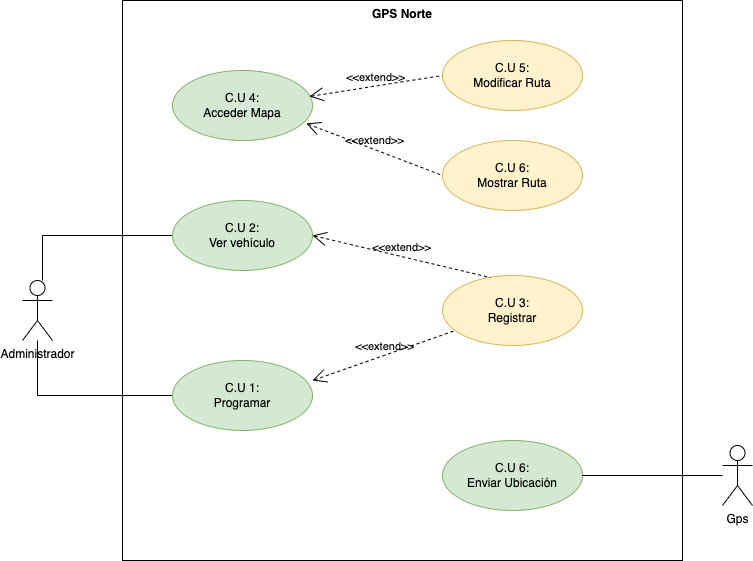
Before: diagramas-comportamiento/diagramas-cu/tareas/tarea4/img/gps-norte.drawio.png, a diagram exported from draw.io (jpexposito/ets). Source tidied: cells renumbered, new cells last; positions are measured from the earlier drawing's top-left corner, leaving out a move shared by most shapes. Source of this version:
```xml
<mxGraphModel>
  <root>
    <mxCell id="0" />
    <mxCell id="1" parent="0" />
    <mxCell id="2" style="edgeStyle=orthogonalEdgeStyle;rounded=0;jettySize=auto;html=1;entryX=0;entryY=0.5;entryDx=0;entryDy=0;endArrow=none;endFill=0;" parent="1" edge="1" source="4" target="5">
      <mxGeometry relative="1" as="geometry">
        <Array as="points">
          <mxPoint x="20" y="235" />
        </Array>
      </mxGeometry>
    </mxCell>
    <mxCell id="3" style="edgeStyle=orthogonalEdgeStyle;rounded=0;jettySize=auto;html=1;entryX=0;entryY=0.5;entryDx=0;entryDy=0;endArrow=none;endFill=0;" parent="1" edge="1" source="4" target="6">
      <mxGeometry relative="1" as="geometry">
        <Array as="points">
          <mxPoint x="15" y="395" />
        </Array>
      </mxGeometry>
    </mxCell>
    <mxCell id="4" value="Administrador" style="shape=umlActor;html=1;verticalLabelPosition=bottom;verticalAlign=top;align=center;" parent="1" vertex="1">
      <mxGeometry y="280" width="30" height="60" as="geometry" />
    </mxCell>
    <mxCell id="5" value="C.U 2:&lt;br&gt;Ver vehículo" style="ellipse;whiteSpace=wrap;html=1;fillColor=#d5e8d4;strokeColor=#82b366;" parent="1" vertex="1">
      <mxGeometry x="150" y="200" width="140" height="70" as="geometry" />
    </mxCell>
    <mxCell id="6" value="C.U 1:&lt;br&gt;Programar" style="ellipse;whiteSpace=wrap;html=1;fillColor=#d5e8d4;strokeColor=#82b366;" parent="1" vertex="1">
      <mxGeometry x="150" y="360" width="140" height="70" as="geometry" />
    </mxCell>
    <mxCell id="7" value="C.U 3:&lt;br&gt;Registrar" style="ellipse;whiteSpace=wrap;html=1;fillColor=#fff2cc;strokeColor=#d6b656;" parent="1" vertex="1">
      <mxGeometry x="420" y="275" width="140" height="70" as="geometry" />
    </mxCell>
    <mxCell id="8" value="&amp;lt;&amp;lt;extend&amp;gt;&amp;gt;" style="edgeStyle=none;html=1;startArrow=open;endArrow=none;startSize=12;verticalAlign=bottom;dashed=1;labelBackgroundColor=none;rounded=0;exitX=1;exitY=0.5;exitDx=0;exitDy=0;entryX=0.342;entryY=0.029;entryDx=0;entryDy=0;entryPerimeter=0;" parent="1" edge="1" source="5" target="7">
      <mxGeometry relative="1" as="geometry" />
    </mxCell>
    <mxCell id="9" value="&amp;lt;&amp;lt;extend&amp;gt;&amp;gt;" style="edgeStyle=none;html=1;startArrow=open;endArrow=none;startSize=12;verticalAlign=bottom;dashed=1;labelBackgroundColor=none;rounded=0;exitX=1;exitY=0.286;exitDx=0;exitDy=0;exitPerimeter=0;" parent="1" edge="1" source="6" target="7">
      <mxGeometry relative="1" as="geometry" />
    </mxCell>
    <mxCell id="10" value="C.U 4:&lt;br&gt;Acceder Mapa" style="ellipse;whiteSpace=wrap;html=1;fillColor=#d5e8d4;strokeColor=#82b366;" parent="1" vertex="1">
      <mxGeometry x="150" y="70" width="140" height="70" as="geometry" />
    </mxCell>
    <mxCell id="11" value="C.U 5:&lt;br&gt;Modificar Ruta" style="ellipse;whiteSpace=wrap;html=1;fillColor=#fff2cc;strokeColor=#d6b656;" parent="1" vertex="1">
      <mxGeometry x="420" y="40" width="140" height="70" as="geometry" />
    </mxCell>
    <mxCell id="12" value="C.U 6:&lt;br&gt;Mostrar Ruta" style="ellipse;whiteSpace=wrap;html=1;fillColor=#fff2cc;strokeColor=#d6b656;" parent="1" vertex="1">
      <mxGeometry x="420" y="140" width="140" height="70" as="geometry" />
    </mxCell>
    <mxCell id="13" value="&amp;lt;&amp;lt;extend&amp;gt;&amp;gt;" style="edgeStyle=none;html=1;startArrow=open;endArrow=none;startSize=12;verticalAlign=bottom;dashed=1;labelBackgroundColor=none;rounded=0;exitX=0.978;exitY=0.371;exitDx=0;exitDy=0;entryX=0;entryY=0.5;entryDx=0;entryDy=0;exitPerimeter=0;" parent="1" edge="1" source="10" target="11">
      <mxGeometry relative="1" as="geometry" />
    </mxCell>
    <mxCell id="14" value="&amp;lt;&amp;lt;extend&amp;gt;&amp;gt;" style="edgeStyle=none;html=1;startArrow=open;endArrow=none;startSize=12;verticalAlign=bottom;dashed=1;labelBackgroundColor=none;rounded=0;exitX=0.956;exitY=0.757;exitDx=0;exitDy=0;entryX=0;entryY=0.5;entryDx=0;entryDy=0;exitPerimeter=0;" parent="1" edge="1" source="10" target="12">
      <mxGeometry relative="1" as="geometry" />
    </mxCell>
    <mxCell id="15" value="C.U 6:&lt;br&gt;Enviar Ubicación" style="ellipse;whiteSpace=wrap;html=1;fillColor=#d5e8d4;strokeColor=#82b366;" parent="1" vertex="1">
      <mxGeometry x="420" y="440" width="140" height="70" as="geometry" />
    </mxCell>
    <mxCell id="16" style="edgeStyle=orthogonalEdgeStyle;rounded=0;jettySize=auto;html=1;endArrow=none;endFill=0;" parent="1" edge="1" source="17" target="15">
      <mxGeometry relative="1" as="geometry" />
    </mxCell>
    <mxCell id="17" value="Gps" style="shape=umlActor;html=1;verticalLabelPosition=bottom;verticalAlign=top;align=center;" parent="1" vertex="1">
      <mxGeometry x="700" y="445" width="30" height="60" as="geometry" />
    </mxCell>
    <mxCell id="18" value="GPS Norte" style="shape=rect;html=1;verticalAlign=top;fontStyle=1;whiteSpace=wrap;align=center;fillColor=none;" parent="1" vertex="1">
      <mxGeometry x="100" width="560" height="560" as="geometry" />
    </mxCell>
  </root>
</mxGraphModel>
```
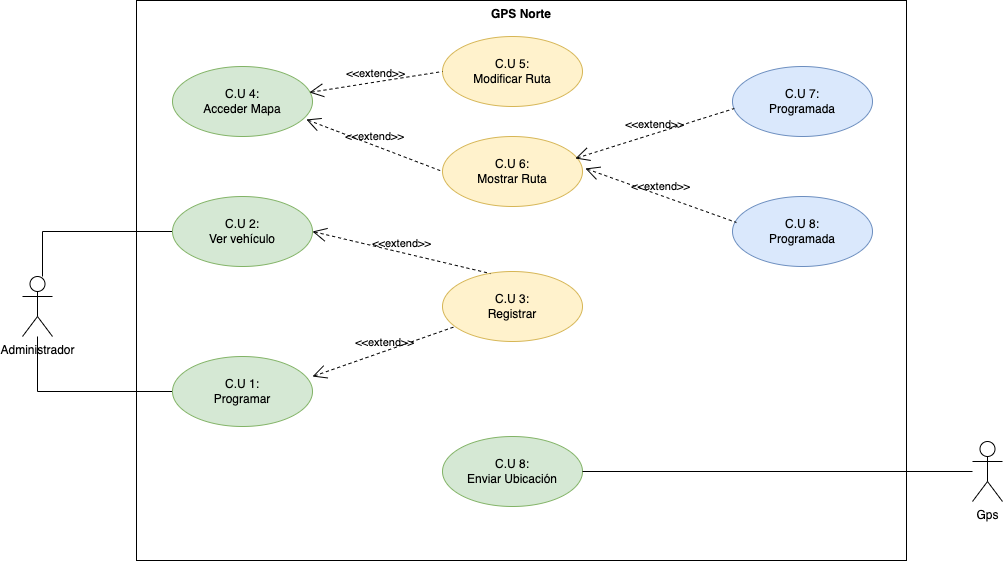
Above is the later version.

Change to the diagram source:
```diff
@@ -49,17 +49,31 @@
     <mxCell id="14" value="&amp;lt;&amp;lt;extend&amp;gt;&amp;gt;" style="edgeStyle=none;html=1;startArrow=open;endArrow=none;startSize=12;verticalAlign=bottom;dashed=1;labelBackgroundColor=none;rounded=0;exitX=0.956;exitY=0.757;exitDx=0;exitDy=0;entryX=0;entryY=0.5;entryDx=0;entryDy=0;exitPerimeter=0;" parent="1" edge="1" source="10" target="12">
       <mxGeometry relative="1" as="geometry" />
     </mxCell>
-    <mxCell id="15" value="C.U 6:&lt;br&gt;Enviar Ubicación" style="ellipse;whiteSpace=wrap;html=1;fillColor=#d5e8d4;strokeColor=#82b366;" parent="1" vertex="1">
+    <mxCell id="15" value="C.U 8:&lt;br&gt;Enviar Ubicación" style="ellipse;whiteSpace=wrap;html=1;fillColor=#d5e8d4;strokeColor=#82b366;" parent="1" vertex="1">
       <mxGeometry x="420" y="440" width="140" height="70" as="geometry" />
     </mxCell>
     <mxCell id="16" style="edgeStyle=orthogonalEdgeStyle;rounded=0;jettySize=auto;html=1;endArrow=none;endFill=0;" parent="1" edge="1" source="17" target="15">
       <mxGeometry relative="1" as="geometry" />
     </mxCell>
     <mxCell id="17" value="Gps" style="shape=umlActor;html=1;verticalLabelPosition=bottom;verticalAlign=top;align=center;" parent="1" vertex="1">
-      <mxGeometry x="700" y="445" width="30" height="60" as="geometry" />
+      <mxGeometry x="950" y="445" width="30" height="60" as="geometry" />
     </mxCell>
     <mxCell id="18" value="GPS Norte" style="shape=rect;html=1;verticalAlign=top;fontStyle=1;whiteSpace=wrap;align=center;fillColor=none;" parent="1" vertex="1">
-      <mxGeometry x="100" width="560" height="560" as="geometry" />
+      <mxGeometry x="114" y="4" width="770" height="560" as="geometry" />
     </mxCell>
+    <mxCell id="19" value="C.U 7:&lt;br&gt;Programada" style="ellipse;whiteSpace=wrap;html=1;fillColor=#dae8fc;strokeColor=#6c8ebf;" parent="1" vertex="1">
+      <mxGeometry x="710" y="70" width="140" height="70" as="geometry" />
+    </mxCell>
+    <mxCell id="20" value="C.U 8:&lt;br&gt;Programada" style="ellipse;whiteSpace=wrap;html=1;fillColor=#dae8fc;strokeColor=#6c8ebf;" parent="1" vertex="1">
+      <mxGeometry x="710" y="200" width="140" height="70" as="geometry" />
+    </mxCell>
+    <mxCell id="21" value="&amp;lt;&amp;lt;extend&amp;gt;&amp;gt;" style="edgeStyle=none;html=1;startArrow=open;endArrow=none;startSize=12;verticalAlign=bottom;dashed=1;labelBackgroundColor=none;rounded=0;exitX=0.949;exitY=0.314;exitDx=0;exitDy=0;entryX=0.013;entryY=0.6;entryDx=0;entryDy=0;entryPerimeter=0;exitPerimeter=0;" parent="1" edge="1" source="12" target="19">
+      <mxGeometry relative="1" as="geometry" />
+    </mxCell>
+    <mxCell id="22" value="&amp;lt;&amp;lt;extend&amp;gt;&amp;gt;" style="edgeStyle=none;html=1;startArrow=open;endArrow=none;startSize=12;verticalAlign=bottom;dashed=1;labelBackgroundColor=none;rounded=0;exitX=0.949;exitY=0.314;exitDx=0;exitDy=0;entryX=0.028;entryY=0.371;entryDx=0;entryDy=0;entryPerimeter=0;exitPerimeter=0;" parent="1" edge="1" target="20">
+      <mxGeometry relative="1" as="geometry">
+        <mxPoint x="562.9" y="172" as="sourcePoint" />
+      </mxGeometry>
+    </mxCell>
   </root>
 </mxGraphModel>
```
